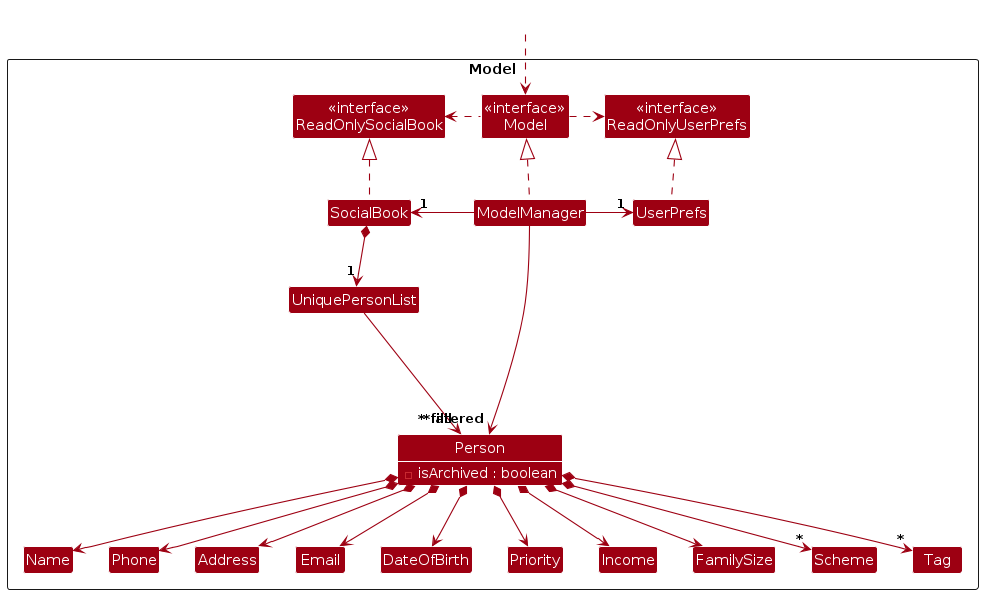
Before: diagrams/ModelClassDiagram.png, a diagram exported from PlantUML (AY2425S1-CS2103T-F14b-1/tp). Its source is kept beside it as diagrams/ModelClassDiagram.puml.
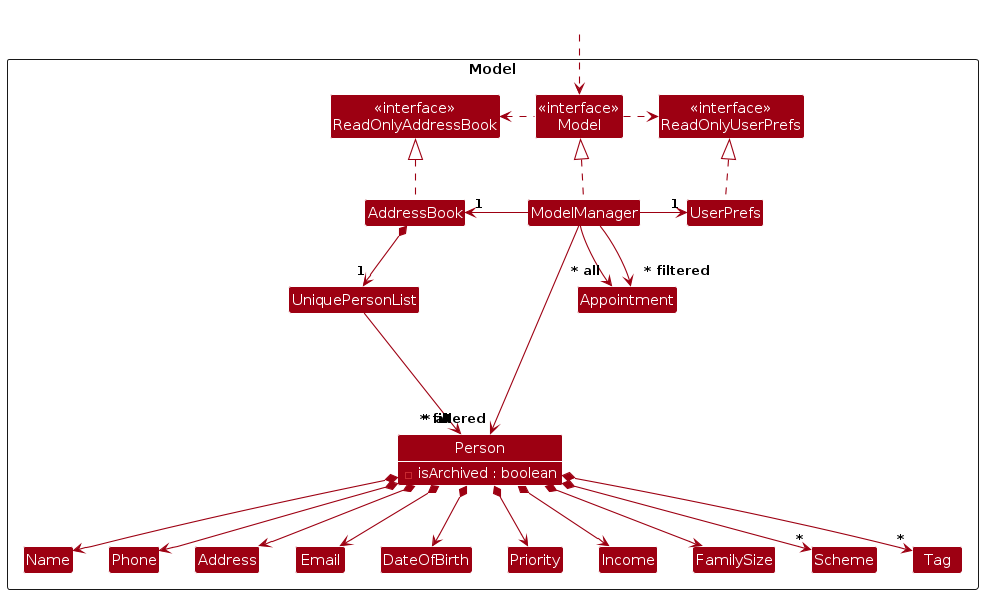
After the commit.

The edit, as a diff of the source:
```diff
@@ -5,10 +5,10 @@
 skinparam classBackgroundColor MODEL_COLOR
 
 Package Model as ModelPackage <<Rectangle>>{
-Class "<<interface>>\nReadOnlySocialBook" as ReadOnlySocialBook
+Class "<<interface>>\nReadOnlyAddressBook" as ReadOnlyAddressBook
 Class "<<interface>>\nReadOnlyUserPrefs" as ReadOnlyUserPrefs
 Class "<<interface>>\nModel" as Model
-Class SocialBook
+Class AddressBook
 Class ModelManager
 Class UserPrefs
 
@@ -27,6 +27,8 @@
 Class Scheme
 Class Tag
 
+class Appointment
+
 Class I #FFFFFF
 }
 
@@ -35,16 +37,16 @@
 Class HiddenOutside #FFFFFF
 HiddenOutside ..> Model
 
-SocialBook .up.|> ReadOnlySocialBook
+AddressBook .up.|> ReadOnlyAddressBook
 
 ModelManager .up.|> Model
 Model .right.> ReadOnlyUserPrefs
-Model .left.> ReadOnlySocialBook
-ModelManager -left-> "1" SocialBook
+Model .left.> ReadOnlyAddressBook
+ModelManager -left-> "1" AddressBook
 ModelManager -right-> "1" UserPrefs
 UserPrefs .up.|> ReadOnlyUserPrefs
 
-SocialBook *--> "1" UniquePersonList
+AddressBook *--> "1" UniquePersonList
 UniquePersonList --> "~* all" Person
 Person *--> Name
 Person *--> Phone
@@ -65,4 +67,7 @@
 Address -[hidden]right-> Email
 
 ModelManager --> "~* filtered" Person
+
+ModelManager --> "~* all" Appointment
+ModelManager --> "~* filtered" Appointment
 @enduml
```
